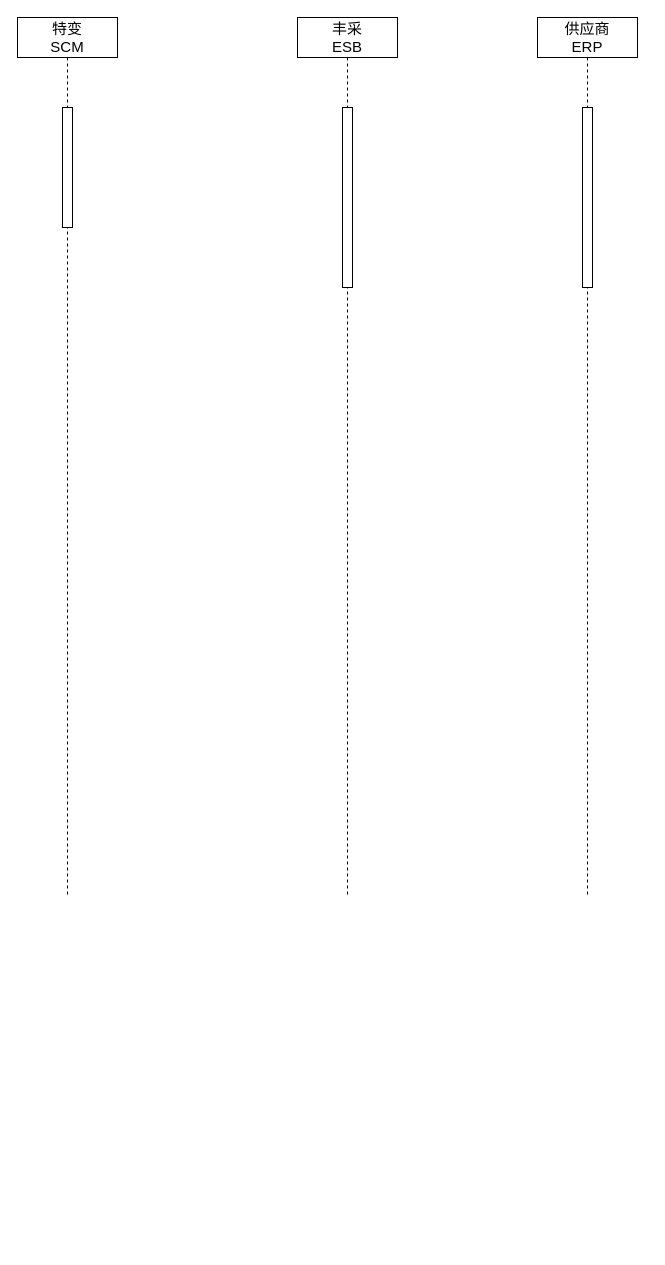
Before: page "供应商确认采购单" (7 of 7) of 业务系统/fc/特变方案图.drawio in Utihbi/pics, a draw.io diagram. Source tidied: cells renumbered, new cells numbered last; positions are measured from the earlier drawing's top-left corner, leaving out a move shared by most shapes. Both pictures are drawn from the tidied source at 100%, with x=0, y=0 at pixel (17, 17).
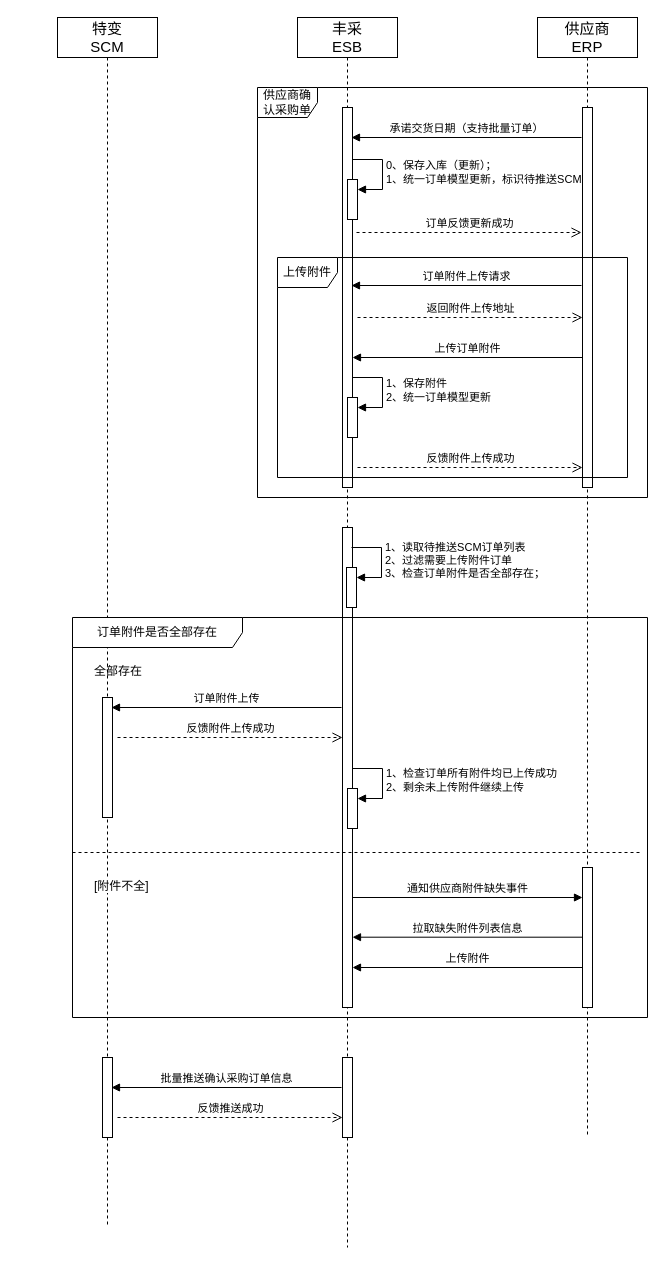
Above is the later version.

Commit message (it also covers changes not shown here):
更新特变方案图--供应商确认采购单

What changed in the source:
```diff
@@
     <mxCell id="2" value="&lt;span style=&quot;font-size: 15px;&quot;&gt;特变&lt;/span&gt;&lt;div style=&quot;font-size: 15px;&quot;&gt;SCM&lt;/div&gt;" style="shape=umlLifeline;perimeter=lifelinePerimeter;whiteSpace=wrap;html=1;newEdgeStyle={&quot;edgeStyle&quot;:&quot;elbowEdgeStyle&quot;,&quot;elbow&quot;:&quot;vertical&quot;,&quot;curved&quot;:0,&quot;rounded&quot;:0};" parent="1" vertex="1">
-      <mxGeometry width="100" height="880" as="geometry" />
+      <mxGeometry x="40" width="100" height="1210" as="geometry" />
     </mxCell>
     <mxCell id="3" style="html=1;perimeter=orthogonalPerimeter;targetShapes=umlLifeline;newEdgeStyle={&quot;curved&quot;:0,&quot;rounded&quot;:0};" parent="2" vertex="1">
-      <mxGeometry x="45" y="90" width="10" height="120" as="geometry" />
+      <mxGeometry x="45" y="680" width="10" height="120" as="geometry" />
     </mxCell>
+    <mxCell id="8" style="html=1;perimeter=orthogonalPerimeter;targetShapes=umlLifeline;newEdgeStyle={&quot;curved&quot;:0,&quot;rounded&quot;:0};" parent="2" vertex="1">
+      <mxGeometry x="45" y="1040" width="10" height="80" as="geometry" />
+    </mxCell>
     <mxCell id="4" value="&lt;span style=&quot;font-size: 15px;&quot;&gt;丰采&lt;/span&gt;&lt;div style=&quot;font-size: 15px;&quot;&gt;ESB&lt;/div&gt;" style="shape=umlLifeline;perimeter=lifelinePerimeter;whiteSpace=wrap;html=1;newEdgeStyle={&quot;edgeStyle&quot;:&quot;elbowEdgeStyle&quot;,&quot;elbow&quot;:&quot;vertical&quot;,&quot;curved&quot;:0,&quot;rounded&quot;:0};" parent="1" vertex="1">
-      <mxGeometry x="280" width="100" height="880" as="geometry" />
+      <mxGeometry x="280" width="100" height="1230" as="geometry" />
     </mxCell>
     <mxCell id="5" style="html=1;perimeter=orthogonalPerimeter;targetShapes=umlLifeline;newEdgeStyle={&quot;curved&quot;:0,&quot;rounded&quot;:0};fillColor=light-dark(#ffffff, #7f7f7f);" parent="4" vertex="1">
-      <mxGeometry x="45" y="90" width="10" height="180" as="geometry" />
+      <mxGeometry x="45" y="90" width="10" height="380" as="geometry" />
     </mxCell>
+    <mxCell id="9" style="html=1;points=[[0,0,0,0,5],[0,1,0,0,-5],[1,0,0,0,5],[1,1,0,0,-5]];perimeter=orthogonalPerimeter;outlineConnect=0;targetShapes=umlLifeline;portConstraint=eastwest;newEdgeStyle={&quot;curved&quot;:0,&quot;rounded&quot;:0};" parent="4" vertex="1">
+      <mxGeometry x="50" y="162" width="10" height="40" as="geometry" />
+    </mxCell>
+    <mxCell id="10" value="&lt;div&gt;0、保存入库（更新）；&lt;/div&gt;1、统一订单模型更新，标识待推送SCM" style="html=1;align=left;spacingLeft=2;endArrow=block;rounded=0;edgeStyle=orthogonalEdgeStyle;curved=0;rounded=0;" parent="4" edge="1" target="9">
+      <mxGeometry x="0.01" relative="1" as="geometry">
+        <mxPoint x="55" y="142" as="sourcePoint" />
+        <Array as="points">
+          <mxPoint x="85" y="172" />
+        </Array>
+      </mxGeometry>
+    </mxCell>
+    <mxCell id="11" style="html=1;points=[[0,0,0,0,5],[0,1,0,0,-5],[1,0,0,0,5],[1,1,0,0,-5]];perimeter=orthogonalPerimeter;outlineConnect=0;targetShapes=umlLifeline;portConstraint=eastwest;newEdgeStyle={&quot;curved&quot;:0,&quot;rounded&quot;:0};" parent="4" vertex="1">
+      <mxGeometry x="50" y="380" width="10" height="40" as="geometry" />
+    </mxCell>
+    <mxCell id="12" value="1、保存附件&lt;div&gt;2、统一订单模型更新&lt;/div&gt;" style="html=1;align=left;spacingLeft=2;endArrow=block;rounded=0;edgeStyle=orthogonalEdgeStyle;curved=0;rounded=0;" parent="4" edge="1" target="11">
+      <mxGeometry relative="1" as="geometry">
+        <mxPoint x="55" y="360" as="sourcePoint" />
+        <Array as="points">
+          <mxPoint x="85" y="390" />
+        </Array>
+      </mxGeometry>
+    </mxCell>
+    <mxCell id="13" style="html=1;perimeter=orthogonalPerimeter;targetShapes=umlLifeline;newEdgeStyle={&quot;curved&quot;:0,&quot;rounded&quot;:0};" parent="4" vertex="1">
+      <mxGeometry x="45" y="510" width="10" height="480" as="geometry" />
+    </mxCell>
+    <mxCell id="14" style="html=1;points=[[0,0,0,0,5],[0,1,0,0,-5],[1,0,0,0,5],[1,1,0,0,-5]];perimeter=orthogonalPerimeter;outlineConnect=0;targetShapes=umlLifeline;portConstraint=eastwest;newEdgeStyle={&quot;curved&quot;:0,&quot;rounded&quot;:0};" parent="4" vertex="1">
+      <mxGeometry x="49" y="550" width="10" height="40" as="geometry" />
+    </mxCell>
+    <mxCell id="15" value="1、读取待推送SCM订单列表&lt;div&gt;2、过滤需要上传附件订单&lt;/div&gt;&lt;div&gt;3、检查订单附件是否全部存在；&lt;/div&gt;" style="html=1;align=left;spacingLeft=2;endArrow=block;rounded=0;edgeStyle=orthogonalEdgeStyle;curved=0;rounded=0;" parent="4" edge="1" target="14">
+      <mxGeometry x="0.01" relative="1" as="geometry">
+        <mxPoint x="54" y="530" as="sourcePoint" />
+        <Array as="points">
+          <mxPoint x="84" y="560" />
+        </Array>
+      </mxGeometry>
+    </mxCell>
+    <mxCell id="16" style="html=1;perimeter=orthogonalPerimeter;targetShapes=umlLifeline;newEdgeStyle={&quot;curved&quot;:0,&quot;rounded&quot;:0};" parent="4" vertex="1">
+      <mxGeometry x="45" y="1040" width="10" height="80" as="geometry" />
+    </mxCell>
     <mxCell id="6" value="&lt;span style=&quot;font-size: 15px;&quot;&gt;供应商&lt;/span&gt;&lt;div&gt;&lt;span style=&quot;font-size: 15px;&quot;&gt;ERP&lt;/span&gt;&lt;/div&gt;" style="shape=umlLifeline;perimeter=lifelinePerimeter;whiteSpace=wrap;html=1;newEdgeStyle={&quot;edgeStyle&quot;:&quot;elbowEdgeStyle&quot;,&quot;elbow&quot;:&quot;vertical&quot;,&quot;curved&quot;:0,&quot;rounded&quot;:0};" parent="1" vertex="1">
-      <mxGeometry x="520" width="100" height="880" as="geometry" />
+      <mxGeometry x="520" width="100" height="1120" as="geometry" />
     </mxCell>
     <mxCell id="7" style="html=1;perimeter=orthogonalPerimeter;targetShapes=umlLifeline;newEdgeStyle={&quot;curved&quot;:0,&quot;rounded&quot;:0};fillColor=light-dark(#ffffff, #7f7f7f);" parent="6" vertex="1">
-      <mxGeometry x="45" y="90" width="10" height="180" as="geometry" />
+      <mxGeometry x="45" y="90" width="10" height="380" as="geometry" />
     </mxCell>
+    <mxCell id="17" value="&lt;span style=&quot;font-family: 宋体;&quot;&gt;承诺交货日期（支持批量订单）&lt;/span&gt;" style="html=1;verticalAlign=bottom;endArrow=block;curved=0;rounded=0;fontSize=11;" parent="1" edge="1">
+      <mxGeometry relative="1" as="geometry">
+        <mxPoint x="564" y="120" as="sourcePoint" />
+        <mxPoint x="334" y="120" as="targetPoint" />
+      </mxGeometry>
+    </mxCell>
+    <mxCell id="18" value="订单反馈更新成功" style="html=1;verticalAlign=bottom;endArrow=open;dashed=1;endSize=8;curved=0;rounded=0;" parent="1" edge="1">
+      <mxGeometry relative="1" as="geometry">
+        <mxPoint x="339" y="215" as="sourcePoint" />
+        <mxPoint x="564" y="215" as="targetPoint" />
+      </mxGeometry>
+    </mxCell>
+    <mxCell id="19" value="&lt;font face=&quot;宋体&quot;&gt;订单附件上传请求&lt;/font&gt;" style="html=1;verticalAlign=bottom;endArrow=block;curved=0;rounded=0;fontSize=11;" parent="1" edge="1">
+      <mxGeometry relative="1" as="geometry">
+        <mxPoint x="564" y="268" as="sourcePoint" />
+        <mxPoint x="334" y="268" as="targetPoint" />
+      </mxGeometry>
+    </mxCell>
+    <mxCell id="20" value="反馈附件上传成功" style="html=1;verticalAlign=bottom;endArrow=open;dashed=1;endSize=8;curved=0;rounded=0;" parent="1" edge="1">
+      <mxGeometry relative="1" as="geometry">
+        <mxPoint x="340" y="450" as="sourcePoint" />
+        <mxPoint x="565" y="450" as="targetPoint" />
+      </mxGeometry>
+    </mxCell>
+    <mxCell id="21" value="&lt;font face=&quot;宋体&quot;&gt;订单附件上传&lt;/font&gt;" style="html=1;verticalAlign=bottom;endArrow=block;curved=0;rounded=0;fontSize=11;" parent="1" edge="1">
+      <mxGeometry relative="1" as="geometry">
+        <mxPoint x="324" y="690" as="sourcePoint" />
+        <mxPoint x="94" y="690" as="targetPoint" />
+      </mxGeometry>
+    </mxCell>
+    <mxCell id="22" value="返回附件上传地址" style="html=1;verticalAlign=bottom;endArrow=open;dashed=1;endSize=8;curved=0;rounded=0;" parent="1" edge="1">
+      <mxGeometry relative="1" as="geometry">
+        <mxPoint x="340" y="300" as="sourcePoint" />
+        <mxPoint x="565" y="300" as="targetPoint" />
+      </mxGeometry>
+    </mxCell>
+    <mxCell id="23" value="&lt;font face=&quot;宋体&quot;&gt;上传&lt;/font&gt;&lt;span style=&quot;font-family: 宋体;&quot;&gt;订单附件&lt;/span&gt;" style="html=1;verticalAlign=bottom;endArrow=block;curved=0;rounded=0;fontSize=11;" parent="1" edge="1">
+      <mxGeometry relative="1" as="geometry">
+        <mxPoint x="565" y="340" as="sourcePoint" />
+        <mxPoint x="335" y="340" as="targetPoint" />
+      </mxGeometry>
+    </mxCell>
+    <mxCell id="24" value="供应商确认采购单" style="shape=umlFrame;whiteSpace=wrap;html=1;" parent="1" vertex="1">
+      <mxGeometry x="240" y="70" width="390" height="410" as="geometry" />
+    </mxCell>
+    <mxCell id="25" style="html=1;points=[[0,0,0,0,5],[0,1,0,0,-5],[1,0,0,0,5],[1,1,0,0,-5]];perimeter=orthogonalPerimeter;outlineConnect=0;targetShapes=umlLifeline;portConstraint=eastwest;newEdgeStyle={&quot;curved&quot;:0,&quot;rounded&quot;:0};" parent="1" vertex="1">
+      <mxGeometry x="330" y="771" width="10" height="40" as="geometry" />
+    </mxCell>
+    <mxCell id="26" value="1、检查订单所有附件均已上传成功&lt;div&gt;2、剩余未上传附件继续上传&lt;/div&gt;" style="html=1;align=left;spacingLeft=2;endArrow=block;rounded=0;edgeStyle=orthogonalEdgeStyle;curved=0;rounded=0;" parent="1" edge="1" target="25">
+      <mxGeometry x="-0.01" relative="1" as="geometry">
+        <mxPoint x="335" y="751" as="sourcePoint" />
+        <Array as="points">
+          <mxPoint x="365" y="781" />
+        </Array>
+      </mxGeometry>
+    </mxCell>
+    <mxCell id="27" value="订单附件是否全部存在" style="shape=umlFrame;whiteSpace=wrap;html=1;width=170;" parent="1" vertex="1">
+      <mxGeometry x="55" y="600" width="575" height="400" as="geometry" />
+    </mxCell>
+    <mxCell id="28" value="全部存在" style="text;html=1;" parent="27" vertex="1">
+      <mxGeometry width="100" height="20" relative="1" as="geometry">
+        <mxPoint x="20" y="40" as="offset" />
+      </mxGeometry>
+    </mxCell>
+    <mxCell id="29" value="[附件不全]" style="line;strokeWidth=1;dashed=1;labelPosition=center;verticalLabelPosition=bottom;align=left;verticalAlign=top;spacingLeft=20;spacingTop=15;html=1;whiteSpace=wrap;" parent="27" vertex="1">
+      <mxGeometry y="230" width="570" height="10" as="geometry" />
+    </mxCell>
+    <mxCell id="30" value="反馈附件上传成功" style="html=1;verticalAlign=bottom;endArrow=open;dashed=1;endSize=8;curved=0;rounded=0;" parent="27" edge="1">
+      <mxGeometry relative="1" as="geometry">
+        <mxPoint x="45" y="120" as="sourcePoint" />
+        <mxPoint x="270" y="120" as="targetPoint" />
+      </mxGeometry>
+    </mxCell>
+    <mxCell id="31" style="html=1;perimeter=orthogonalPerimeter;targetShapes=umlLifeline;newEdgeStyle={&quot;curved&quot;:0,&quot;rounded&quot;:0};" parent="27" vertex="1">
+      <mxGeometry x="510" y="250" width="10" height="140" as="geometry" />
+    </mxCell>
+    <mxCell id="32" value="&lt;font face=&quot;宋体&quot;&gt;通知供应商附件缺失事件&lt;/font&gt;" style="html=1;verticalAlign=bottom;endArrow=none;curved=0;rounded=0;fontSize=11;startArrow=block;startFill=1;endFill=0;" parent="27" edge="1">
+      <mxGeometry relative="1" as="geometry">
+        <mxPoint x="510" y="280" as="sourcePoint" />
+        <mxPoint x="280" y="280" as="targetPoint" />
+      </mxGeometry>
+    </mxCell>
+    <mxCell id="33" value="&lt;font face=&quot;宋体&quot;&gt;拉取缺失附件列表信息&lt;/font&gt;" style="html=1;verticalAlign=bottom;endArrow=block;curved=0;rounded=0;fontSize=11;" parent="27" edge="1">
+      <mxGeometry relative="1" as="geometry">
+        <mxPoint x="510" y="319.7" as="sourcePoint" />
+        <mxPoint x="280" y="319.7" as="targetPoint" />
+      </mxGeometry>
+    </mxCell>
+    <mxCell id="34" value="&lt;font face=&quot;宋体&quot;&gt;上传附件&lt;/font&gt;" style="html=1;verticalAlign=bottom;endArrow=block;curved=0;rounded=0;fontSize=11;" parent="27" edge="1">
+      <mxGeometry relative="1" as="geometry">
+        <mxPoint x="510" y="350" as="sourcePoint" />
+        <mxPoint x="280" y="350" as="targetPoint" />
+      </mxGeometry>
+    </mxCell>
+    <mxCell id="35" value="上传附件" style="shape=umlFrame;whiteSpace=wrap;html=1;" parent="1" vertex="1">
+      <mxGeometry x="260" y="240" width="350" height="220" as="geometry" />
+    </mxCell>
+    <mxCell id="36" value="&lt;font face=&quot;宋体&quot;&gt;批量推送确认采购订单信息&lt;/font&gt;" style="html=1;verticalAlign=bottom;endArrow=block;curved=0;rounded=0;fontSize=11;" parent="1" edge="1">
+      <mxGeometry relative="1" as="geometry">
+        <mxPoint x="324" y="1070" as="sourcePoint" />
+        <mxPoint x="94" y="1070" as="targetPoint" />
+      </mxGeometry>
+    </mxCell>
+    <mxCell id="37" value="反馈推送成功" style="html=1;verticalAlign=bottom;endArrow=open;dashed=1;endSize=8;curved=0;rounded=0;" parent="1" edge="1">
+      <mxGeometry relative="1" as="geometry">
+        <mxPoint x="100" y="1100" as="sourcePoint" />
+        <mxPoint x="325" y="1100" as="targetPoint" />
+      </mxGeometry>
+    </mxCell>
```
